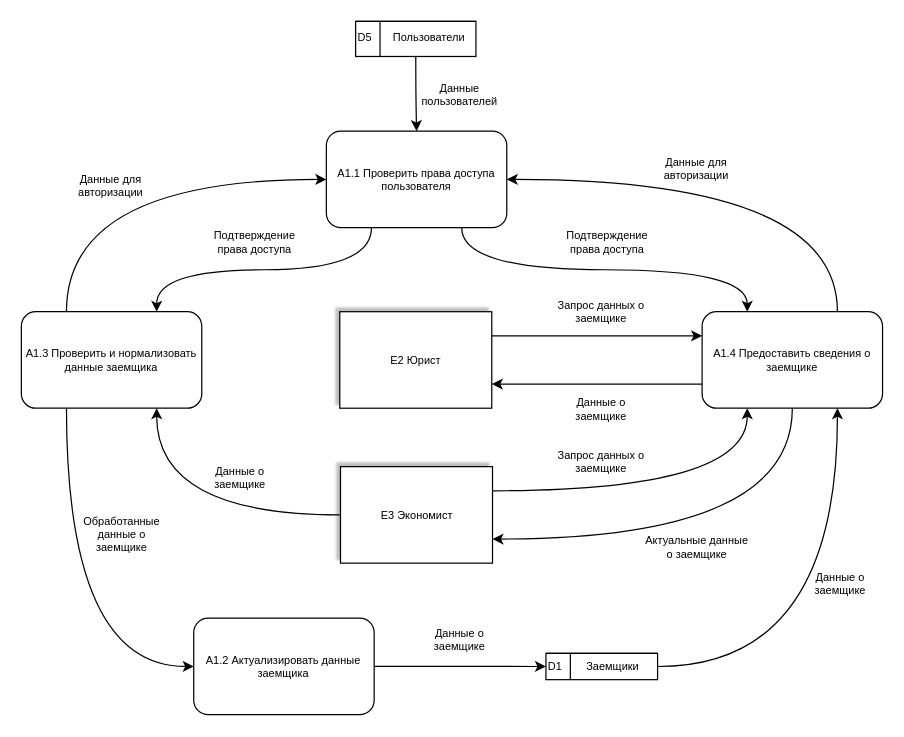
marlef03/pindblabs keeps this draw.io diagram as page "A1" (3 of 3) of DFD.drawio. Above is the earlier version. Source tidied: cells renumbered, new cells numbered last; positions are measured from the earlier drawing's top-left corner, leaving out a move shared by most shapes. Both pictures are drawn from the tidied source at 122%, with x=0, y=0 at pixel (21, 21).
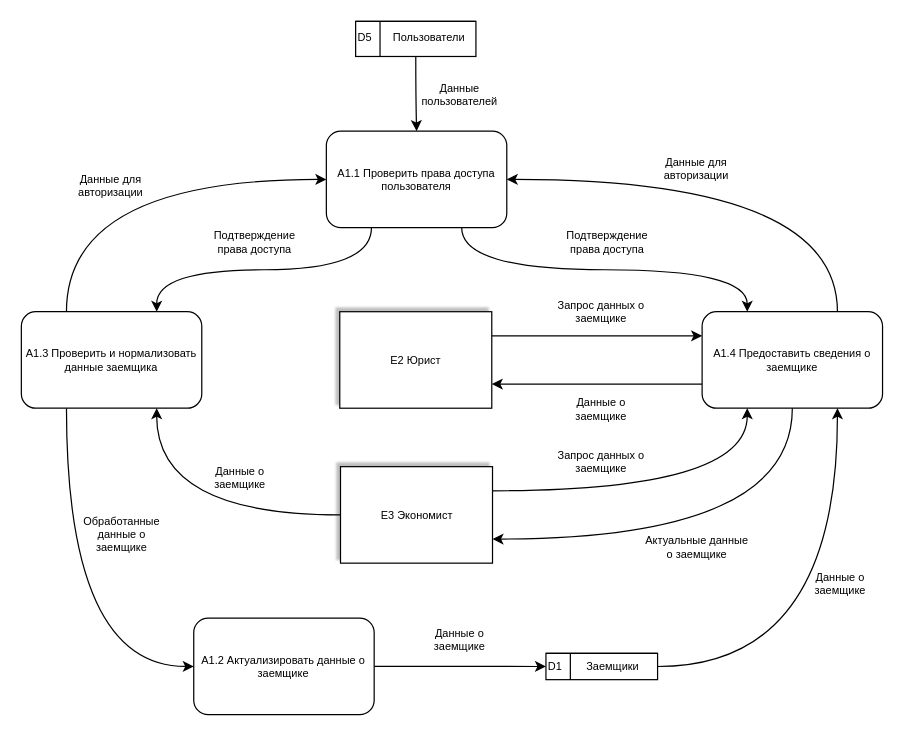
The same diagram, later.

What changed in the source:
```diff
@@
-    <mxCell id="6" value="А1.2 Актуализировать данные заемщика" style="rounded=1;whiteSpace=wrap;html=1;fontSize=9;" parent="1" vertex="1">
+    <mxCell id="6" value="А1.2 Актуализировать данные о заемщике" style="rounded=1;whiteSpace=wrap;html=1;fontSize=9;" parent="1" vertex="1">
       <mxGeometry x="141.3" y="489.2" width="147.9" height="79.1" as="geometry" />
     </mxCell>
```
